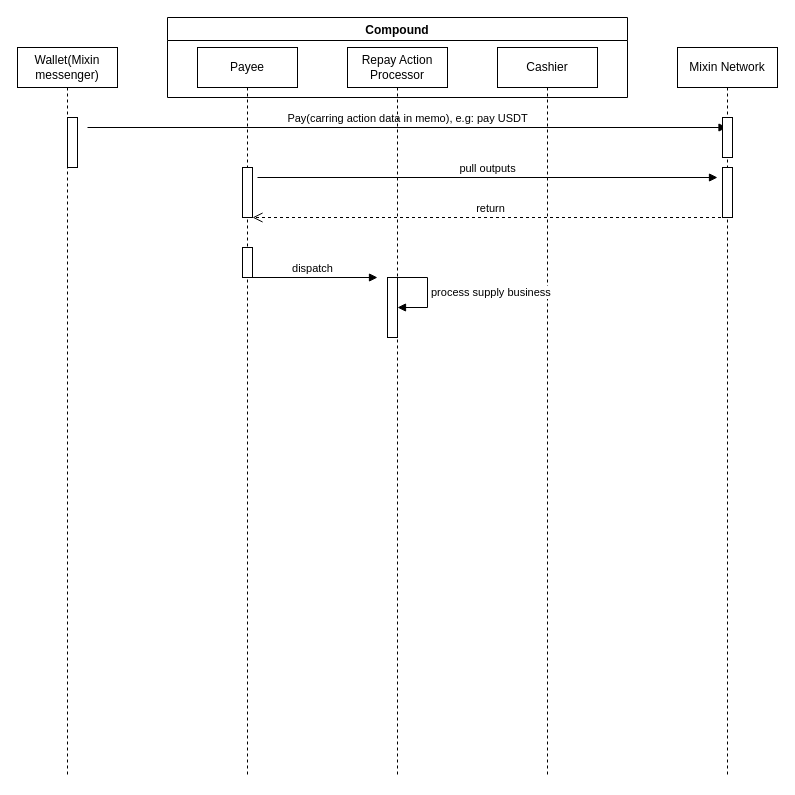
Above: docs/images/tl_repay.drawio in fox-one/compound (draw.io), before the change. Source tidied: cells renumbered, new cells numbered last; positions are measured from the earlier drawing's top-left corner, leaving out a move shared by most shapes. Both pictures are drawn from the tidied source at 100%, with x=0, y=0 at pixel (17, 17).
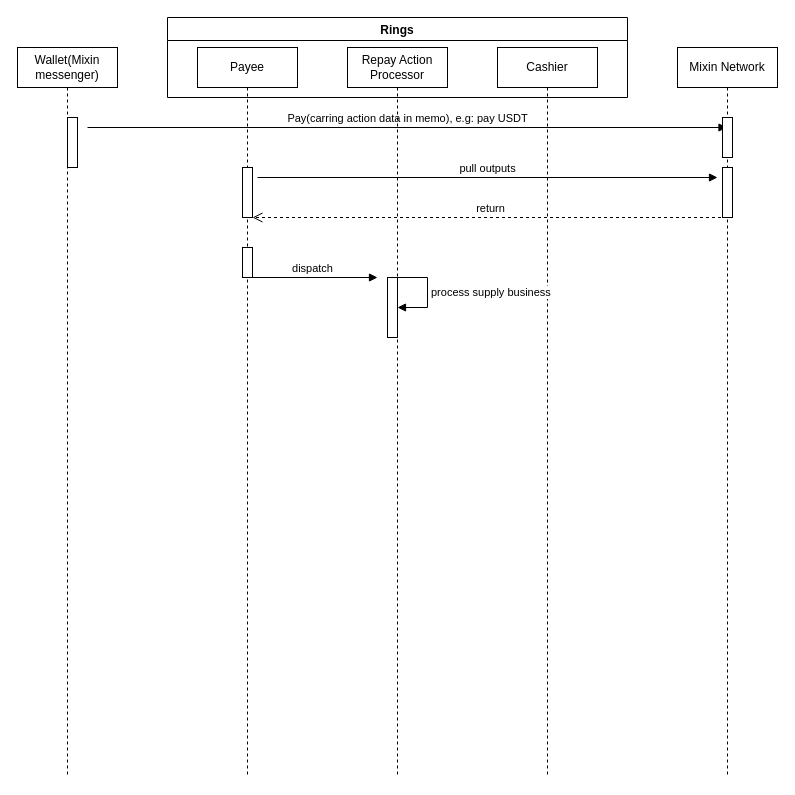
The same diagram, later.

The edit, as a diff of the source:
```diff
@@
-    <mxCell id="7" value="Compound" style="swimlane;" parent="1" vertex="1">
+    <mxCell id="7" value="Rings" style="swimlane;" parent="1" vertex="1">
       <mxGeometry x="150" width="460" height="80" as="geometry" />
     </mxCell>
```
